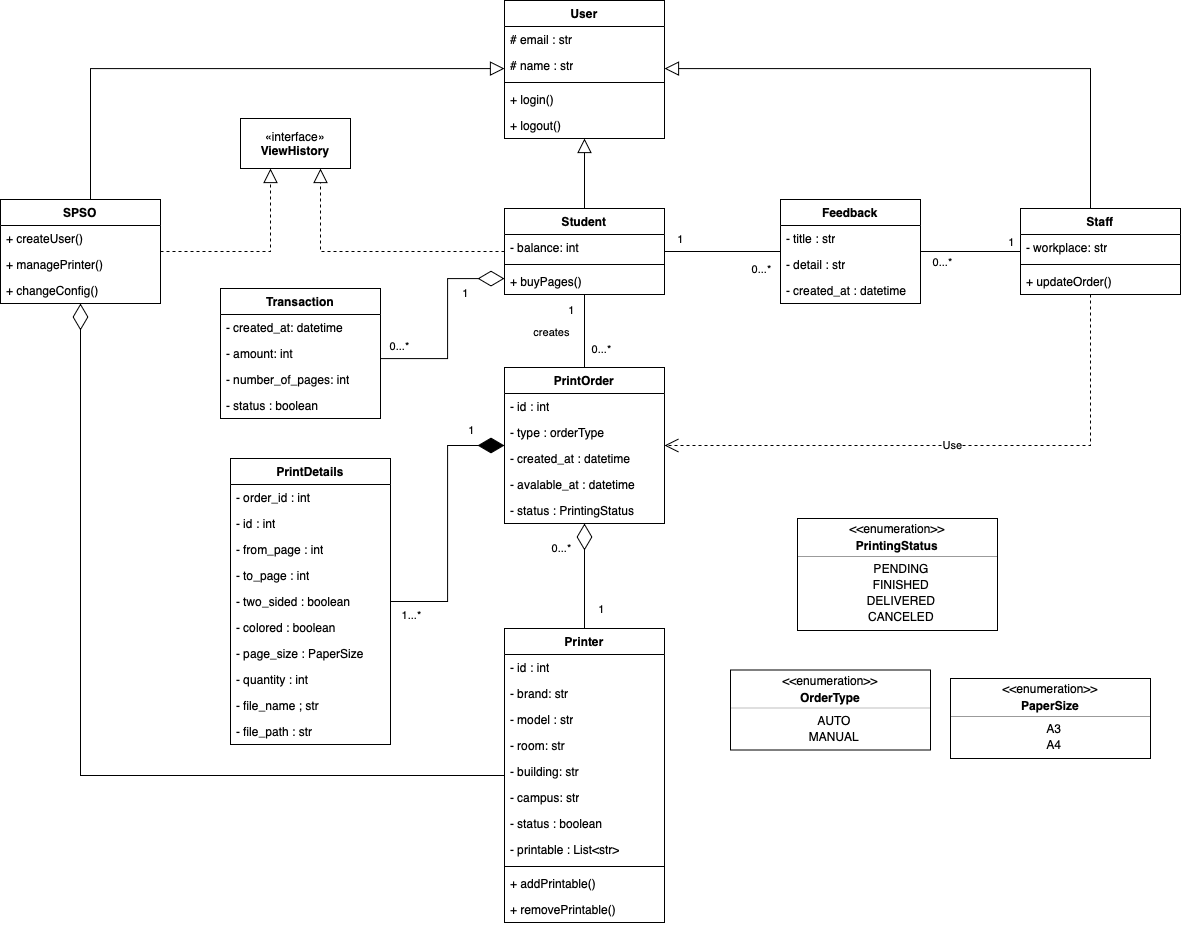
Earlier version of the draw.io export domain-model.drawio.png (blueonline07/test-somth). Source tidied: cells renumbered, new cells last; positions are measured from the earlier drawing's top-left corner, leaving out a move shared by most shapes.
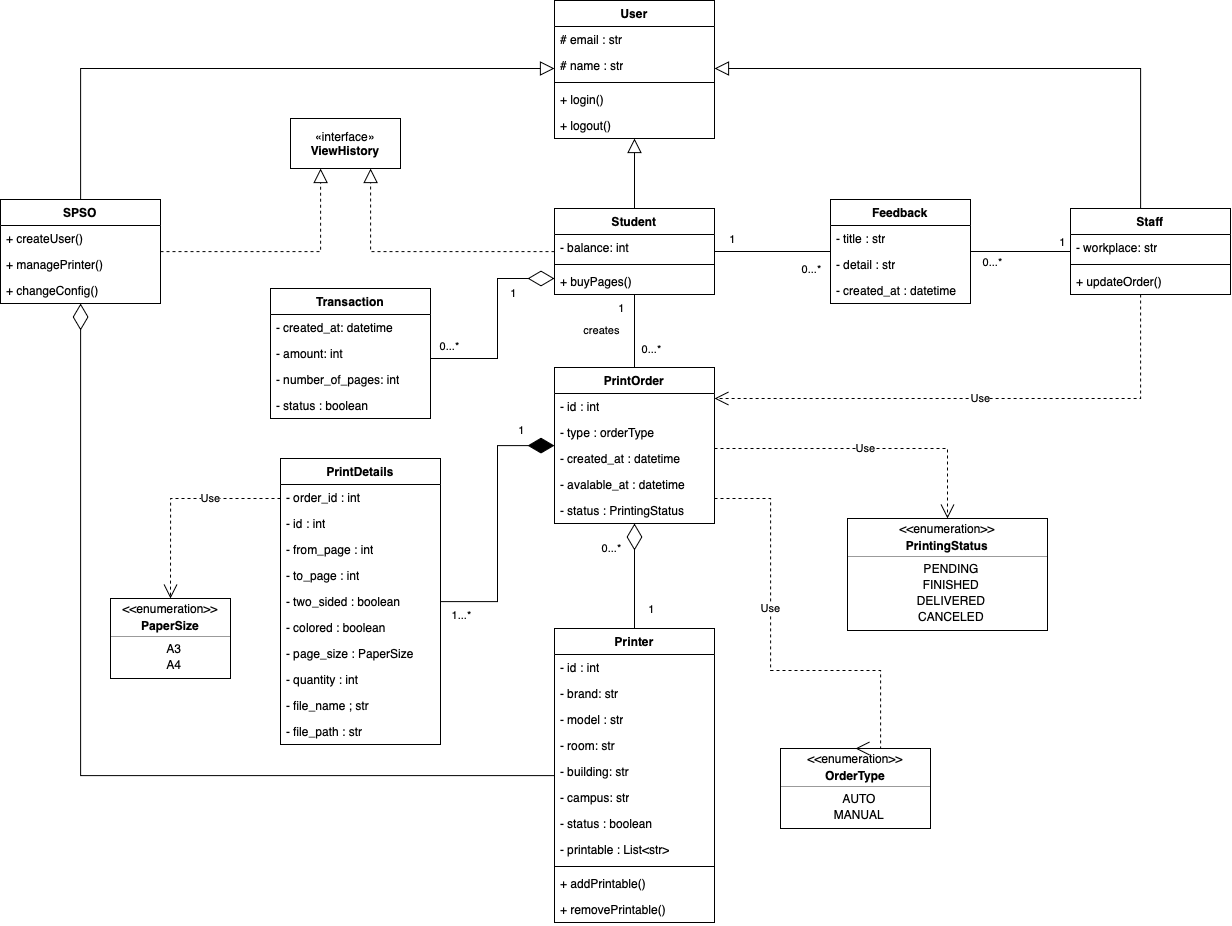
The same diagram one commit later.

The edit, as a diff of the source:
```diff
@@ -224,25 +224,25 @@
       </mxGeometry>
     </mxCell>
     <mxCell id="67" style="fontStyle=1;align=center;verticalAlign=middle;horizontal=1;" parent="1" vertex="1">
-      <mxGeometry x="950" y="678" width="200" height="80" as="geometry" />
+      <mxGeometry x="60" y="598" width="120" height="80" as="geometry" />
     </mxCell>
     <mxCell id="68" value="&amp;lt;&amp;lt;enumeration&amp;gt;&amp;gt;" style="html=1;align=center;spacing=0;verticalAlign=middle;strokeColor=none;fillColor=none;whiteSpace=wrap;" parent="67" vertex="1">
-      <mxGeometry width="200" height="20" as="geometry" />
+      <mxGeometry width="120" height="20" as="geometry" />
     </mxCell>
     <mxCell id="69" value="PaperSize" style="html=1;align=center;spacing=0;verticalAlign=middle;strokeColor=none;fillColor=none;whiteSpace=wrap;fontStyle=1;" parent="67" vertex="1">
-      <mxGeometry y="20" width="200" height="14" as="geometry" />
+      <mxGeometry y="20" width="120" height="14" as="geometry" />
     </mxCell>
     <mxCell id="70" style="line;strokeWidth=0.25;fillColor=none;align=left;verticalAlign=middle;spacingTop=-1;spacingLeft=3;spacingRight=3;labelPosition=right;" parent="67" vertex="1">
-      <mxGeometry y="34" width="200" height="8" as="geometry" />
+      <mxGeometry y="34" width="120" height="8" as="geometry" />
     </mxCell>
     <mxCell id="71" value="A3" style="html=1;align=center;spacing=0;spacingLeft=8;verticalAlign=middle;strokeColor=none;fillColor=none;whiteSpace=wrap;" parent="67" vertex="1">
-      <mxGeometry y="42" width="200" height="16" as="geometry" />
+      <mxGeometry y="42" width="120" height="16" as="geometry" />
     </mxCell>
     <mxCell id="72" value="A4" style="html=1;align=center;spacing=0;spacingLeft=8;verticalAlign=middle;strokeColor=none;fillColor=none;whiteSpace=wrap;" parent="67" vertex="1">
-      <mxGeometry y="58" width="200" height="16" as="geometry" />
+      <mxGeometry y="58" width="120" height="16" as="geometry" />
     </mxCell>
     <mxCell id="73" style="html=1;align=left;spacing=0;spacingLeft=8;verticalAlign=middle;strokeColor=none;fillColor=none;whiteSpace=wrap;" parent="67" vertex="1">
-      <mxGeometry y="74" width="200" height="6" as="geometry" />
+      <mxGeometry y="74" width="120" height="6" as="geometry" />
     </mxCell>
     <mxCell id="74" style="fontStyle=1;align=center;verticalAlign=middle;horizontal=1;" parent="1" vertex="1">
       <mxGeometry x="797" y="518" width="200" height="112" as="geometry" />
@@ -272,25 +272,25 @@
       <mxGeometry y="106" width="200" height="6" as="geometry" />
     </mxCell>
     <mxCell id="83" style="fontStyle=1;align=center;verticalAlign=middle;horizontal=1;" parent="1" vertex="1">
-      <mxGeometry x="730" y="669.5" width="200" height="80" as="geometry" />
+      <mxGeometry x="730" y="748" width="150" height="80" as="geometry" />
     </mxCell>
     <mxCell id="84" value="&amp;lt;&amp;lt;enumeration&amp;gt;&amp;gt;" style="html=1;align=center;spacing=0;verticalAlign=middle;strokeColor=none;fillColor=none;whiteSpace=wrap;" parent="83" vertex="1">
-      <mxGeometry width="200" height="20" as="geometry" />
+      <mxGeometry width="150" height="20" as="geometry" />
     </mxCell>
     <mxCell id="85" value="OrderType" style="html=1;align=center;spacing=0;verticalAlign=middle;strokeColor=none;fillColor=none;whiteSpace=wrap;fontStyle=1;" parent="83" vertex="1">
-      <mxGeometry y="20" width="200" height="14" as="geometry" />
+      <mxGeometry y="20" width="150" height="14" as="geometry" />
     </mxCell>
     <mxCell id="86" style="line;strokeWidth=0.25;fillColor=none;align=left;verticalAlign=middle;spacingTop=-1;spacingLeft=3;spacingRight=3;labelPosition=right;" parent="83" vertex="1">
-      <mxGeometry y="34" width="200" height="8" as="geometry" />
+      <mxGeometry y="34" width="150" height="8" as="geometry" />
     </mxCell>
     <mxCell id="87" value="AUTO" style="html=1;align=center;spacing=0;spacingLeft=8;verticalAlign=middle;strokeColor=none;fillColor=none;whiteSpace=wrap;" parent="83" vertex="1">
-      <mxGeometry y="42" width="200" height="16" as="geometry" />
+      <mxGeometry y="42" width="150" height="16" as="geometry" />
     </mxCell>
     <mxCell id="88" value="MANUAL" style="html=1;align=center;spacing=0;spacingLeft=8;verticalAlign=middle;strokeColor=none;fillColor=none;whiteSpace=wrap;" parent="83" vertex="1">
-      <mxGeometry y="58" width="200" height="16" as="geometry" />
+      <mxGeometry y="58" width="150" height="16" as="geometry" />
     </mxCell>
     <mxCell id="89" style="html=1;align=left;spacing=0;spacingLeft=8;verticalAlign=middle;strokeColor=none;fillColor=none;whiteSpace=wrap;" parent="83" vertex="1">
-      <mxGeometry y="74" width="200" height="6" as="geometry" />
+      <mxGeometry y="74" width="150" height="6" as="geometry" />
     </mxCell>
     <mxCell id="90" value="Transaction" style="swimlane;fontStyle=1;align=center;verticalAlign=top;horizontal=1;startSize=26;whiteSpace=wrap;html=1;" parent="1" vertex="1">
       <mxGeometry x="220" y="288" width="160" height="130" as="geometry" />
@@ -326,7 +326,7 @@
       </mxGeometry>
     </mxCell>
     <mxCell id="98" value="SPSO" style="swimlane;fontStyle=1;align=center;verticalAlign=top;horizontal=1;startSize=26;whiteSpace=wrap;html=1;" parent="1" vertex="1">
-      <mxGeometry y="199" width="160" height="104" as="geometry" />
+      <mxGeometry x="-50" y="199" width="160" height="104" as="geometry" />
     </mxCell>
     <mxCell id="99" value="+ createUser()" style="text;strokeColor=none;fillColor=none;align=left;verticalAlign=top;spacingLeft=4;spacingRight=4;overflow=hidden;whiteSpace=wrap;html=1;" parent="98" vertex="1">
       <mxGeometry y="26" width="160" height="26" as="geometry" />
@@ -340,19 +340,23 @@
     <mxCell id="102" style="html=1;endSize=12;endArrow=block;endFill=0;rounded=0;edgeStyle=orthogonalEdgeStyle;" parent="1" edge="1" source="98" target="2">
       <mxGeometry relative="1" as="geometry">
         <Array as="points">
-          <mxPoint x="90" y="68" />
+          <mxPoint x="30" y="68" />
         </Array>
       </mxGeometry>
     </mxCell>
     <mxCell id="103" value="Use" style="endArrow=open;endSize=12;dashed=1;html=1;rounded=0;edgeStyle=orthogonalEdgeStyle;" parent="1" edge="1" source="12" target="16">
       <mxGeometry relative="1" as="geometry">
         <Array as="points">
-          <mxPoint x="1090" y="445" />
+          <mxPoint x="1090" y="398" />
         </Array>
       </mxGeometry>
     </mxCell>
     <mxCell id="104" style="endArrow=diamondThin;endFill=0;endSize=24;html=1;rounded=0;edgeStyle=orthogonalEdgeStyle;" parent="1" edge="1" source="22" target="98">
-      <mxGeometry relative="1" as="geometry" />
+      <mxGeometry relative="1" as="geometry">
+        <Array as="points">
+          <mxPoint x="30" y="775" />
+        </Array>
+      </mxGeometry>
     </mxCell>
     <mxCell id="105" value="«interface»&lt;br&gt;&lt;b&gt;ViewHistory&lt;/b&gt;" style="html=1;whiteSpace=wrap;" parent="1" vertex="1">
       <mxGeometry x="240" y="118" width="110" height="50" as="geometry" />
@@ -371,5 +375,30 @@
         </Array>
       </mxGeometry>
     </mxCell>
+    <mxCell id="108" value="Use" style="endArrow=open;endSize=12;dashed=1;html=1;rounded=0;entryX=0.5;entryY=0;entryDx=0;entryDy=0;edgeStyle=orthogonalEdgeStyle;" parent="1" edge="1" source="16" target="75">
+      <mxGeometry relative="1" as="geometry">
+        <Array as="points">
+          <mxPoint x="897" y="448" />
+        </Array>
+      </mxGeometry>
+    </mxCell>
+    <mxCell id="109" value="Use" style="endArrow=open;endSize=12;dashed=1;html=1;rounded=0;entryX=0.5;entryY=0;entryDx=0;entryDy=0;edgeStyle=orthogonalEdgeStyle;" parent="1" edge="1" source="16" target="84">
+      <mxGeometry x="-0.25" relative="1" as="geometry">
+        <Array as="points">
+          <mxPoint x="720" y="498" />
+          <mxPoint x="720" y="670" />
+          <mxPoint x="830" y="670" />
+        </Array>
+        <mxPoint y="-1" as="offset" />
+      </mxGeometry>
+    </mxCell>
+    <mxCell id="110" value="Use" style="endArrow=open;endSize=12;dashed=1;html=1;rounded=0;entryX=0.5;entryY=0;entryDx=0;entryDy=0;edgeStyle=orthogonalEdgeStyle;" parent="1" edge="1" source="34" target="68">
+      <mxGeometry x="-0.33" relative="1" as="geometry">
+        <Array as="points">
+          <mxPoint x="120" y="498" />
+        </Array>
+        <mxPoint x="-1" as="offset" />
+      </mxGeometry>
+    </mxCell>
   </root>
 </mxGraphModel>
```
